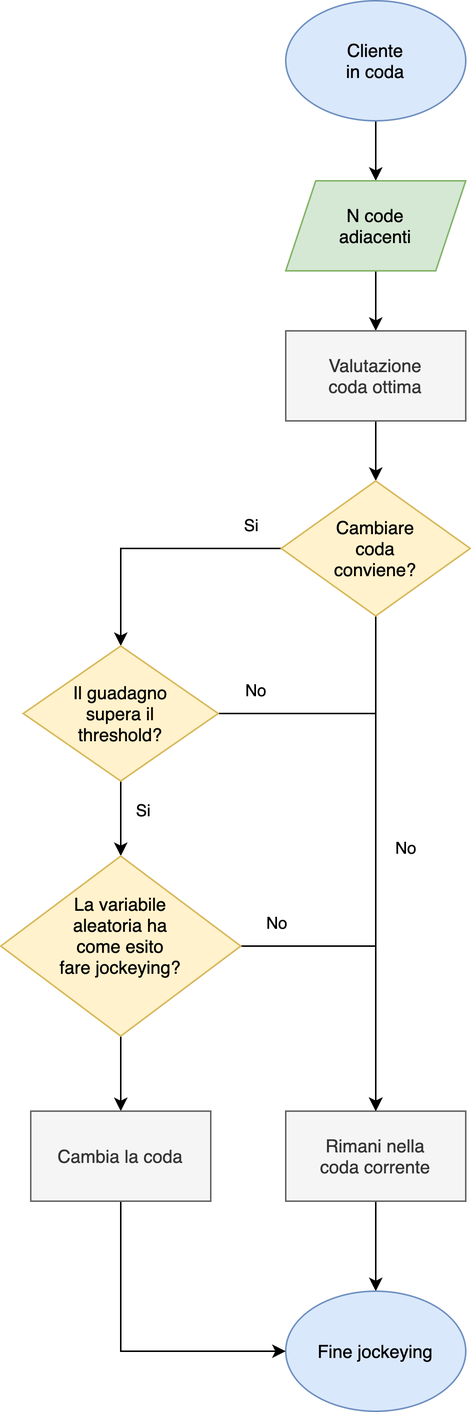
Before: doc/report/images/jockeying-flowchart.png, a diagram exported from draw.io (AuPath/Supermarket-Checkout-Simulation). Source tidied: cells renumbered, new cells last; positions are measured from the earlier drawing's top-left corner, leaving out a move shared by most shapes. The source it was exported from:
```xml
<mxGraphModel>
  <root>
    <mxCell id="0" />
    <mxCell id="1" parent="0" />
    <mxCell id="2" style="edgeStyle=orthogonalEdgeStyle;rounded=0;jettySize=auto;html=1;exitX=0.5;exitY=1;exitDx=0;exitDy=0;entryX=0.5;entryY=0;entryDx=0;entryDy=0;" parent="1" edge="1" source="3" target="5">
      <mxGeometry relative="1" as="geometry" />
    </mxCell>
    <mxCell id="3" value="Cliente&lt;br&gt;in coda" style="ellipse;whiteSpace=wrap;html=1;fillColor=#dae8fc;strokeColor=#6c8ebf;" parent="1" vertex="1">
      <mxGeometry x="190" width="120" height="80" as="geometry" />
    </mxCell>
    <mxCell id="4" style="edgeStyle=orthogonalEdgeStyle;rounded=0;jettySize=auto;html=1;exitX=0.5;exitY=1;exitDx=0;exitDy=0;" parent="1" edge="1" source="5" target="7">
      <mxGeometry relative="1" as="geometry" />
    </mxCell>
    <mxCell id="5" value="N code&lt;br&gt;adiacenti" style="shape=parallelogram;perimeter=parallelogramPerimeter;whiteSpace=wrap;html=1;fixedSize=1;fillColor=#d5e8d4;strokeColor=#82b366;" parent="1" vertex="1">
      <mxGeometry x="190" y="120" width="120" height="60" as="geometry" />
    </mxCell>
    <mxCell id="6" style="edgeStyle=orthogonalEdgeStyle;rounded=0;jettySize=auto;html=1;exitX=0.5;exitY=1;exitDx=0;exitDy=0;entryX=0.5;entryY=0;entryDx=0;entryDy=0;" parent="1" edge="1" source="7" target="10">
      <mxGeometry relative="1" as="geometry" />
    </mxCell>
    <mxCell id="7" value="Valutazione&lt;br&gt;coda ottima" style="rounded=0;whiteSpace=wrap;html=1;fillColor=#f5f5f5;strokeColor=#666666;fontColor=#333333;" parent="1" vertex="1">
      <mxGeometry x="190" y="220" width="120" height="60" as="geometry" />
    </mxCell>
    <mxCell id="8" value="Si" style="edgeStyle=orthogonalEdgeStyle;rounded=0;jettySize=auto;html=1;exitX=0;exitY=0.5;exitDx=0;exitDy=0;entryX=0.5;entryY=0;entryDx=0;entryDy=0;" parent="1" edge="1" source="10" target="13">
      <mxGeometry x="-0.77" y="-15" relative="1" as="geometry" />
    </mxCell>
    <mxCell id="9" value="No" style="edgeStyle=orthogonalEdgeStyle;rounded=0;jettySize=auto;html=1;exitX=0.5;exitY=1;exitDx=0;exitDy=0;entryX=0.5;entryY=0;entryDx=0;entryDy=0;" parent="1" edge="1" source="10" target="15">
      <mxGeometry x="-0.06" y="20" relative="1" as="geometry" />
    </mxCell>
    <mxCell id="10" value="Cambiare&lt;br&gt;coda&lt;br&gt;conviene?" style="rhombus;whiteSpace=wrap;html=1;fillColor=#fff2cc;strokeColor=#d6b656;" parent="1" vertex="1">
      <mxGeometry x="187" y="320" width="126" height="90" as="geometry" />
    </mxCell>
    <mxCell id="11" value="No" style="edgeStyle=orthogonalEdgeStyle;rounded=0;jettySize=auto;html=1;exitX=1;exitY=0.5;exitDx=0;exitDy=0;entryX=0.5;entryY=0;entryDx=0;entryDy=0;" parent="1" edge="1" source="13" target="15">
      <mxGeometry x="-0.86" y="15" relative="1" as="geometry" />
    </mxCell>
    <mxCell id="12" value="Si&lt;br&gt;" style="edgeStyle=orthogonalEdgeStyle;rounded=0;jettySize=auto;html=1;exitX=0.5;exitY=1;exitDx=0;exitDy=0;entryX=0.5;entryY=0;entryDx=0;entryDy=0;" parent="1" edge="1" source="13" target="18">
      <mxGeometry x="-0.2" y="15" relative="1" as="geometry" />
    </mxCell>
    <mxCell id="13" value="Il guadagno&lt;br&gt;supera il&lt;br&gt;threshold?" style="rhombus;whiteSpace=wrap;html=1;fillColor=#fff2cc;strokeColor=#d6b656;" parent="1" vertex="1">
      <mxGeometry x="15" y="430" width="130" height="90" as="geometry" />
    </mxCell>
    <mxCell id="14" style="edgeStyle=orthogonalEdgeStyle;rounded=0;jettySize=auto;html=1;exitX=0.5;exitY=1;exitDx=0;exitDy=0;entryX=0.5;entryY=0;entryDx=0;entryDy=0;" parent="1" edge="1" source="15" target="19">
      <mxGeometry relative="1" as="geometry" />
    </mxCell>
    <mxCell id="15" value="Rimani nella&lt;br&gt;coda corrente" style="rounded=0;whiteSpace=wrap;html=1;fillColor=#f5f5f5;strokeColor=#666666;fontColor=#333333;" parent="1" vertex="1">
      <mxGeometry x="190" y="740" width="120" height="60" as="geometry" />
    </mxCell>
    <mxCell id="16" value="No" style="edgeStyle=orthogonalEdgeStyle;rounded=0;jettySize=auto;html=1;exitX=1;exitY=0.5;exitDx=0;exitDy=0;entryX=0.5;entryY=0;entryDx=0;entryDy=0;" parent="1" edge="1" source="18" target="15">
      <mxGeometry x="-0.76" y="15" relative="1" as="geometry" />
    </mxCell>
    <mxCell id="17" style="edgeStyle=orthogonalEdgeStyle;rounded=0;jettySize=auto;html=1;exitX=0.5;exitY=1;exitDx=0;exitDy=0;entryX=0.5;entryY=0;entryDx=0;entryDy=0;" parent="1" edge="1" source="18" target="21">
      <mxGeometry relative="1" as="geometry" />
    </mxCell>
    <mxCell id="18" value="La variabile&lt;br&gt;aleatoria ha&lt;br&gt;come esito&lt;br&gt;fare jockeying?&lt;br&gt;&lt;span style=&quot;color: rgba(0 , 0 , 0 , 0) ; font-family: monospace ; font-size: 0px&quot;&gt;%3CmxGraphModel%3E%3Croot%3E%3CmxCell%20id%3D%220%22%2F%3E%3CmxCell%20id%3D%221%22%20parent%3D%220%22%2F%3E%3CmxCell%20id%3D%222%22%20value%3D%22Il%20guadagno%26lt%3Bbr%26gt%3Bsupera%20il%26lt%3Bbr%26gt%3Bthreshold%22%20style%3D%22rhombus%3BwhiteSpace%3Dwrap%3Bhtml%3D1%3BfillColor%3D%23fff2cc%3BstrokeColor%3D%23d6b656%3B%22%20vertex%3D%221%22%20parent%3D%221%22%3E%3CmxGeometry%20x%3D%22190%22%20y%3D%22420%22%20width%3D%22130%22%20height%3D%2290%22%20as%3D%22geometry%22%2F%3E%3C%2FmxCell%3E%3C%2Froot%3E%3C%2FmxGraphModel%3E&lt;/span&gt;" style="rhombus;whiteSpace=wrap;html=1;fillColor=#fff2cc;strokeColor=#d6b656;" parent="1" vertex="1">
      <mxGeometry y="570" width="160" height="120" as="geometry" />
    </mxCell>
    <mxCell id="19" value="Fine jockeying" style="ellipse;whiteSpace=wrap;html=1;fillColor=#dae8fc;strokeColor=#6c8ebf;" parent="1" vertex="1">
      <mxGeometry x="190" y="860" width="120" height="80" as="geometry" />
    </mxCell>
    <mxCell id="20" style="edgeStyle=orthogonalEdgeStyle;rounded=0;jettySize=auto;html=1;exitX=0.5;exitY=1;exitDx=0;exitDy=0;entryX=0;entryY=0.5;entryDx=0;entryDy=0;" parent="1" edge="1" source="21" target="19">
      <mxGeometry relative="1" as="geometry" />
    </mxCell>
    <mxCell id="21" value="Cambia la coda" style="rounded=0;whiteSpace=wrap;html=1;fillColor=#f5f5f5;strokeColor=#666666;fontColor=#333333;" parent="1" vertex="1">
      <mxGeometry x="20" y="740" width="120" height="60" as="geometry" />
    </mxCell>
  </root>
</mxGraphModel>
```
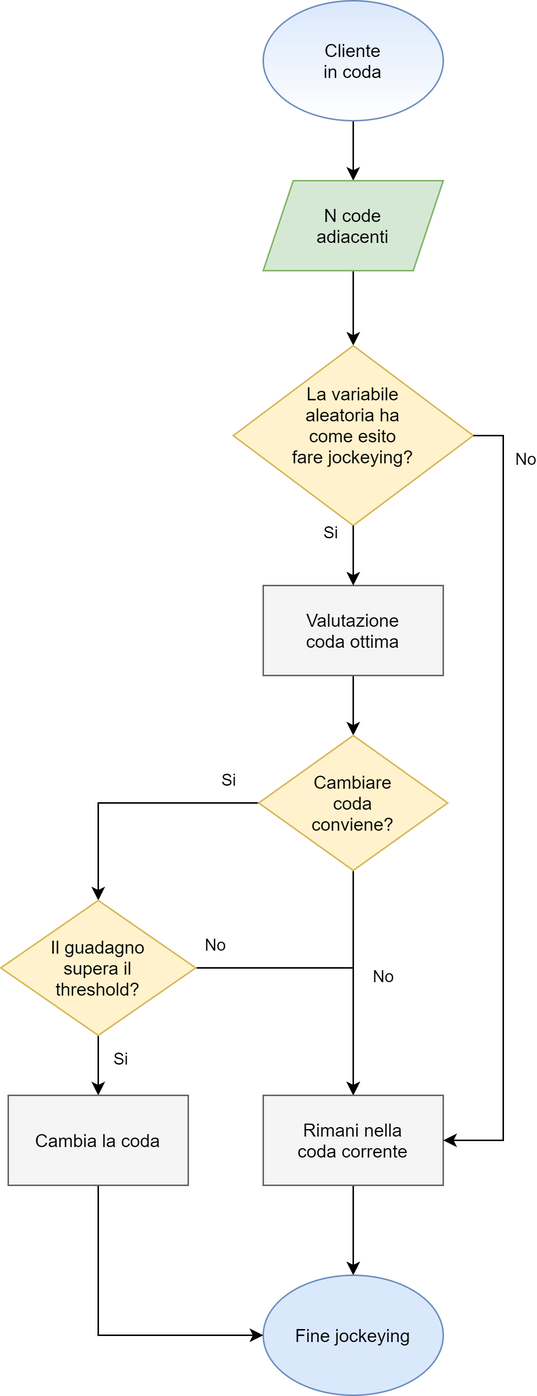
Above is the later version.

What changed in the source:
```diff
@@ -5,10 +5,10 @@
     <mxCell id="2" style="edgeStyle=orthogonalEdgeStyle;rounded=0;jettySize=auto;html=1;exitX=0.5;exitY=1;exitDx=0;exitDy=0;entryX=0.5;entryY=0;entryDx=0;entryDy=0;" parent="1" edge="1" source="3" target="5">
       <mxGeometry relative="1" as="geometry" />
     </mxCell>
-    <mxCell id="3" value="Cliente&lt;br&gt;in coda" style="ellipse;whiteSpace=wrap;html=1;fillColor=#dae8fc;strokeColor=#6c8ebf;" parent="1" vertex="1">
+    <mxCell id="3" value="Cliente&lt;br&gt;in coda" style="ellipse;whiteSpace=wrap;html=1;fillColor=#dae8fc;strokeColor=#6c8ebf;gradientColor=#ffffff;" parent="1" vertex="1">
       <mxGeometry x="190" width="120" height="80" as="geometry" />
     </mxCell>
-    <mxCell id="4" style="edgeStyle=orthogonalEdgeStyle;rounded=0;jettySize=auto;html=1;exitX=0.5;exitY=1;exitDx=0;exitDy=0;" parent="1" edge="1" source="5" target="7">
+    <mxCell id="4" style="edgeStyle=orthogonalEdgeStyle;rounded=0;jettySize=auto;html=1;exitX=0.5;exitY=1;exitDx=0;exitDy=0;entryX=0.5;entryY=0;entryDx=0;entryDy=0;" parent="1" edge="1" source="5" target="18">
       <mxGeometry relative="1" as="geometry" />
     </mxCell>
     <mxCell id="5" value="N code&lt;br&gt;adiacenti" style="shape=parallelogram;perimeter=parallelogramPerimeter;whiteSpace=wrap;html=1;fixedSize=1;fillColor=#d5e8d4;strokeColor=#82b366;" parent="1" vertex="1">
@@ -17,8 +17,8 @@
     <mxCell id="6" style="edgeStyle=orthogonalEdgeStyle;rounded=0;jettySize=auto;html=1;exitX=0.5;exitY=1;exitDx=0;exitDy=0;entryX=0.5;entryY=0;entryDx=0;entryDy=0;" parent="1" edge="1" source="7" target="10">
       <mxGeometry relative="1" as="geometry" />
     </mxCell>
-    <mxCell id="7" value="Valutazione&lt;br&gt;coda ottima" style="rounded=0;whiteSpace=wrap;html=1;fillColor=#f5f5f5;strokeColor=#666666;fontColor=#333333;" parent="1" vertex="1">
-      <mxGeometry x="190" y="220" width="120" height="60" as="geometry" />
+    <mxCell id="7" value="Valutazione&lt;br&gt;coda ottima" style="rounded=0;whiteSpace=wrap;html=1;fillColor=#f5f5f5;strokeColor=#666666;" parent="1" vertex="1">
+      <mxGeometry x="190" y="390" width="120" height="60" as="geometry" />
     </mxCell>
     <mxCell id="8" value="Si" style="edgeStyle=orthogonalEdgeStyle;rounded=0;jettySize=auto;html=1;exitX=0;exitY=0.5;exitDx=0;exitDy=0;entryX=0.5;entryY=0;entryDx=0;entryDy=0;" parent="1" edge="1" source="10" target="13">
       <mxGeometry x="-0.77" y="-15" relative="1" as="geometry" />
@@ -27,40 +27,40 @@
       <mxGeometry x="-0.06" y="20" relative="1" as="geometry" />
     </mxCell>
     <mxCell id="10" value="Cambiare&lt;br&gt;coda&lt;br&gt;conviene?" style="rhombus;whiteSpace=wrap;html=1;fillColor=#fff2cc;strokeColor=#d6b656;" parent="1" vertex="1">
-      <mxGeometry x="187" y="320" width="126" height="90" as="geometry" />
+      <mxGeometry x="187" y="490" width="126" height="90" as="geometry" />
     </mxCell>
     <mxCell id="11" value="No" style="edgeStyle=orthogonalEdgeStyle;rounded=0;jettySize=auto;html=1;exitX=1;exitY=0.5;exitDx=0;exitDy=0;entryX=0.5;entryY=0;entryDx=0;entryDy=0;" parent="1" edge="1" source="13" target="15">
       <mxGeometry x="-0.86" y="15" relative="1" as="geometry" />
     </mxCell>
-    <mxCell id="12" value="Si&lt;br&gt;" style="edgeStyle=orthogonalEdgeStyle;rounded=0;jettySize=auto;html=1;exitX=0.5;exitY=1;exitDx=0;exitDy=0;entryX=0.5;entryY=0;entryDx=0;entryDy=0;" parent="1" edge="1" source="13" target="18">
+    <mxCell id="12" value="Si&lt;br&gt;" style="edgeStyle=orthogonalEdgeStyle;rounded=0;jettySize=auto;html=1;exitX=0.5;exitY=1;exitDx=0;exitDy=0;entryX=0.5;entryY=0;entryDx=0;entryDy=0;" parent="1" edge="1" source="13" target="21">
       <mxGeometry x="-0.2" y="15" relative="1" as="geometry" />
     </mxCell>
     <mxCell id="13" value="Il guadagno&lt;br&gt;supera il&lt;br&gt;threshold?" style="rhombus;whiteSpace=wrap;html=1;fillColor=#fff2cc;strokeColor=#d6b656;" parent="1" vertex="1">
-      <mxGeometry x="15" y="430" width="130" height="90" as="geometry" />
+      <mxGeometry x="15" y="600" width="130" height="90" as="geometry" />
     </mxCell>
     <mxCell id="14" style="edgeStyle=orthogonalEdgeStyle;rounded=0;jettySize=auto;html=1;exitX=0.5;exitY=1;exitDx=0;exitDy=0;entryX=0.5;entryY=0;entryDx=0;entryDy=0;" parent="1" edge="1" source="15" target="19">
       <mxGeometry relative="1" as="geometry" />
     </mxCell>
-    <mxCell id="15" value="Rimani nella&lt;br&gt;coda corrente" style="rounded=0;whiteSpace=wrap;html=1;fillColor=#f5f5f5;strokeColor=#666666;fontColor=#333333;" parent="1" vertex="1">
-      <mxGeometry x="190" y="740" width="120" height="60" as="geometry" />
+    <mxCell id="15" value="Rimani nella&lt;br&gt;coda corrente" style="rounded=0;whiteSpace=wrap;html=1;fillColor=#f5f5f5;strokeColor=#666666;" parent="1" vertex="1">
+      <mxGeometry x="190" y="730" width="120" height="60" as="geometry" />
     </mxCell>
-    <mxCell id="16" value="No" style="edgeStyle=orthogonalEdgeStyle;rounded=0;jettySize=auto;html=1;exitX=1;exitY=0.5;exitDx=0;exitDy=0;entryX=0.5;entryY=0;entryDx=0;entryDy=0;" parent="1" edge="1" source="18" target="15">
-      <mxGeometry x="-0.76" y="15" relative="1" as="geometry" />
-    </mxCell>
-    <mxCell id="17" style="edgeStyle=orthogonalEdgeStyle;rounded=0;jettySize=auto;html=1;exitX=0.5;exitY=1;exitDx=0;exitDy=0;entryX=0.5;entryY=0;entryDx=0;entryDy=0;" parent="1" edge="1" source="18" target="21">
-      <mxGeometry relative="1" as="geometry" />
-    </mxCell>
-    <mxCell id="18" value="La variabile&lt;br&gt;aleatoria ha&lt;br&gt;come esito&lt;br&gt;fare jockeying?&lt;br&gt;&lt;span style=&quot;color: rgba(0 , 0 , 0 , 0) ; font-family: monospace ; font-size: 0px&quot;&gt;%3CmxGraphModel%3E%3Croot%3E%3CmxCell%20id%3D%220%22%2F%3E%3CmxCell%20id%3D%221%22%20parent%3D%220%22%2F%3E%3CmxCell%20id%3D%222%22%20value%3D%22Il%20guadagno%26lt%3Bbr%26gt%3Bsupera%20il%26lt%3Bbr%26gt%3Bthreshold%22%20style%3D%22rhombus%3BwhiteSpace%3Dwrap%3Bhtml%3D1%3BfillColor%3D%23fff2cc%3BstrokeColor%3D%23d6b656%3B%22%20vertex%3D%221%22%20parent%3D%221%22%3E%3CmxGeometry%20x%3D%22190%22%20y%3D%22420%22%20width%3D%22130%22%20height%3D%2290%22%20as%3D%22geometry%22%2F%3E%3C%2FmxCell%3E%3C%2Froot%3E%3C%2FmxGraphModel%3E&lt;/span&gt;" style="rhombus;whiteSpace=wrap;html=1;fillColor=#fff2cc;strokeColor=#d6b656;" parent="1" vertex="1">
-      <mxGeometry y="570" width="160" height="120" as="geometry" />
-    </mxCell>
     <mxCell id="19" value="Fine jockeying" style="ellipse;whiteSpace=wrap;html=1;fillColor=#dae8fc;strokeColor=#6c8ebf;" parent="1" vertex="1">
-      <mxGeometry x="190" y="860" width="120" height="80" as="geometry" />
+      <mxGeometry x="190" y="850" width="120" height="80" as="geometry" />
     </mxCell>
     <mxCell id="20" style="edgeStyle=orthogonalEdgeStyle;rounded=0;jettySize=auto;html=1;exitX=0.5;exitY=1;exitDx=0;exitDy=0;entryX=0;entryY=0.5;entryDx=0;entryDy=0;" parent="1" edge="1" source="21" target="19">
       <mxGeometry relative="1" as="geometry" />
     </mxCell>
-    <mxCell id="21" value="Cambia la coda" style="rounded=0;whiteSpace=wrap;html=1;fillColor=#f5f5f5;strokeColor=#666666;fontColor=#333333;" parent="1" vertex="1">
-      <mxGeometry x="20" y="740" width="120" height="60" as="geometry" />
+    <mxCell id="21" value="Cambia la coda" style="rounded=0;whiteSpace=wrap;html=1;fillColor=#f5f5f5;strokeColor=#666666;" parent="1" vertex="1">
+      <mxGeometry x="20" y="730" width="120" height="60" as="geometry" />
     </mxCell>
+    <mxCell id="18" value="La variabile&lt;br&gt;aleatoria ha&lt;br&gt;come esito&lt;br&gt;fare jockeying?&lt;br&gt;&lt;span style=&quot;font-family: monospace; font-size: 0px;&quot;&gt;%3CmxGraphModel%3E%3Croot%3E%3CmxCell%20id%3D%220%22%2F%3E%3CmxCell%20id%3D%221%22%20parent%3D%220%22%2F%3E%3CmxCell%20id%3D%222%22%20value%3D%22Il%20guadagno%26lt%3Bbr%26gt%3Bsupera%20il%26lt%3Bbr%26gt%3Bthreshold%22%20style%3D%22rhombus%3BwhiteSpace%3Dwrap%3Bhtml%3D1%3BfillColor%3D%23fff2cc%3BstrokeColor%3D%23d6b656%3B%22%20vertex%3D%221%22%20parent%3D%221%22%3E%3CmxGeometry%20x%3D%22190%22%20y%3D%22420%22%20width%3D%22130%22%20height%3D%2290%22%20as%3D%22geometry%22%2F%3E%3C%2FmxCell%3E%3C%2Froot%3E%3C%2FmxGraphModel%3E&lt;/span&gt;" style="rhombus;whiteSpace=wrap;html=1;fillColor=#fff2cc;strokeColor=#d6b656;" parent="1" vertex="1">
+      <mxGeometry x="170" y="230" width="160" height="120" as="geometry" />
+    </mxCell>
+    <mxCell id="22" value="Si" style="edgeStyle=orthogonalEdgeStyle;rounded=0;jettySize=auto;html=1;exitX=0.5;exitY=1;exitDx=0;exitDy=0;entryX=0.5;entryY=0;entryDx=0;entryDy=0;" parent="1" edge="1" source="18" target="7">
+      <mxGeometry x="-0.77" y="-15" relative="1" as="geometry" />
+    </mxCell>
+    <mxCell id="16" value="No" style="edgeStyle=orthogonalEdgeStyle;rounded=0;jettySize=auto;html=1;exitX=1;exitY=0.5;exitDx=0;exitDy=0;entryX=1;entryY=0.5;entryDx=0;entryDy=0;" parent="1" edge="1" source="18" target="15">
+      <mxGeometry x="-0.86" y="15" relative="1" as="geometry" />
+    </mxCell>
   </root>
 </mxGraphModel>
```
